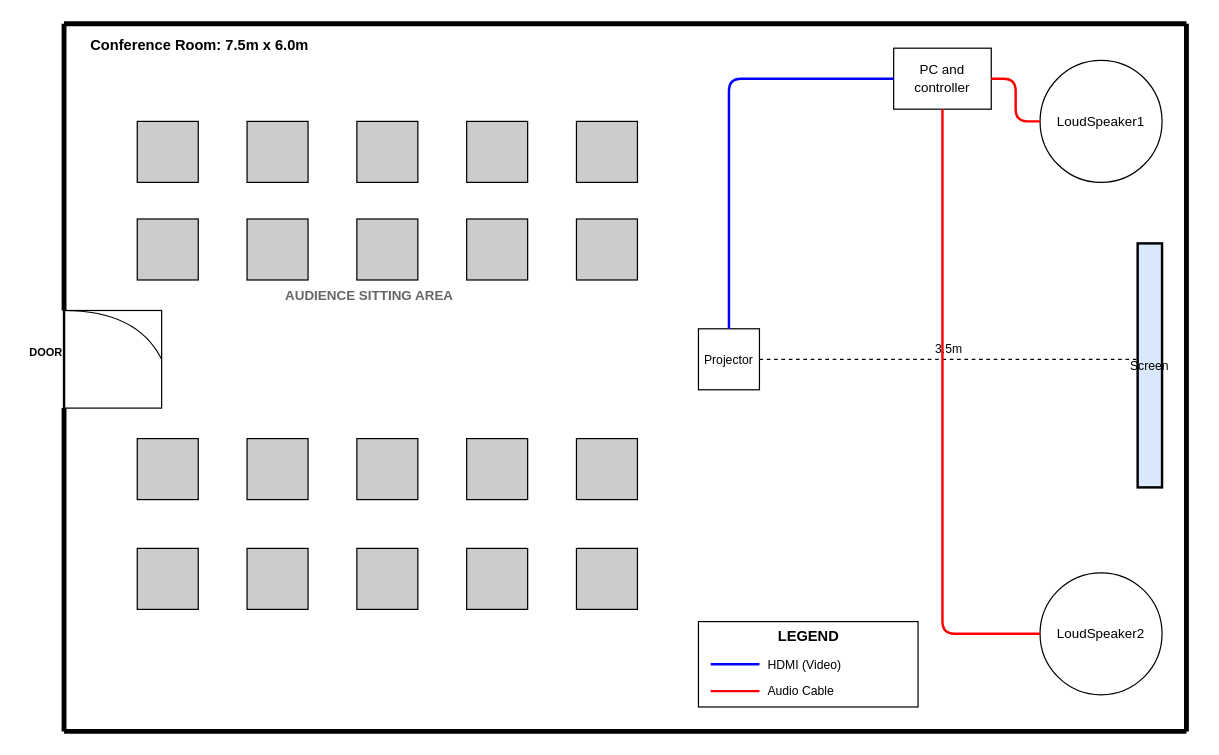
The draw.io diagram lecture_room_diagram.drawio in Artwell-wq/Octpractice, before the edit. Source tidied: cells renumbered, new cells numbered last; positions are measured from the earlier drawing's top-left corner, leaving out a move shared by most shapes. Both pictures are drawn from the tidied source at 122%, with x=0, y=0 at pixel (21, 23).
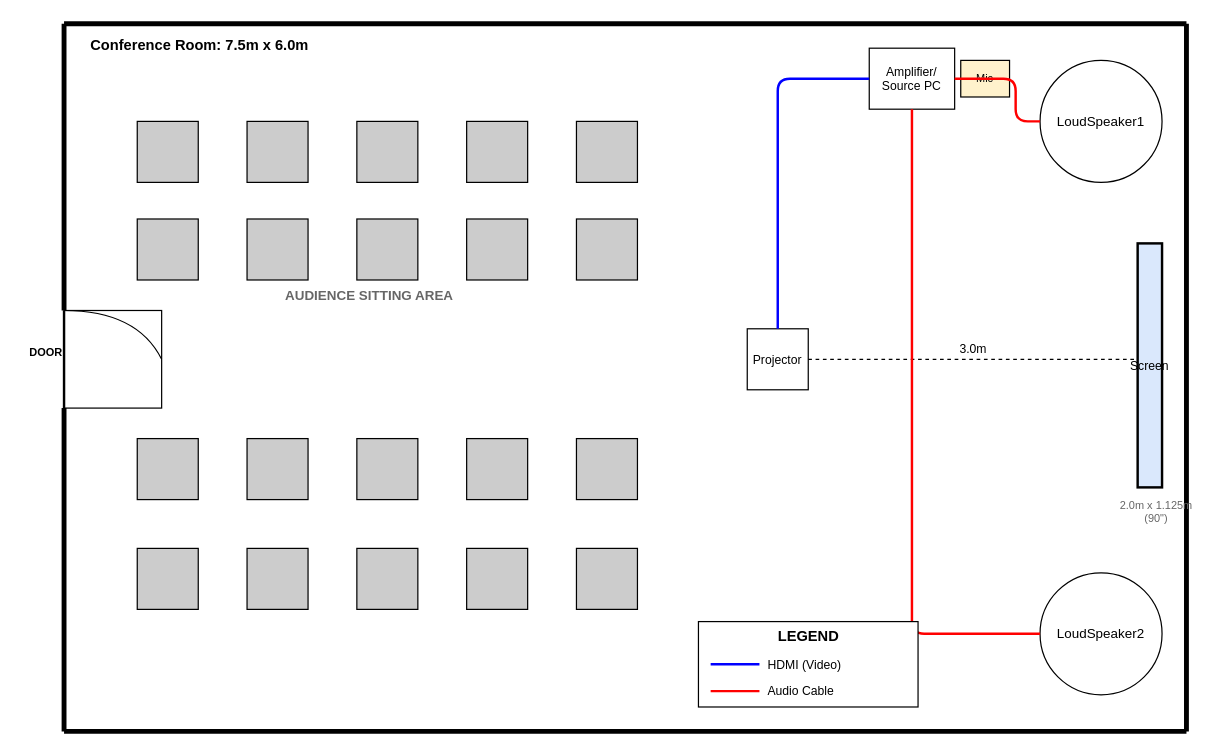
Above is the later version.

Commit message:
Align diagram with exercise requirements

- Changed projector distance from 3.5m to 3.0m (within 2.5-3.0m spec)
- Renamed "PC and controller" to "Amplifier/Source PC"
- Added Microphone (Mic) box near amplifier
- Added screen dimensions label "2.0m x 1.125m (90")"
- All other elements unchanged

The edit, as a diff of the source:
```diff
@@
-    <mxCell id="12" value="PC and&#10;controller" style="rounded=0;whiteSpace=wrap;html=1;fillColor=none;strokeColor=#000000;fontSize=11;" parent="1" vertex="1">
-      <mxGeometry x="715" y="20" width="80" height="50" as="geometry" />
-    </mxCell>
+    <mxCell id="48" value="Amplifier/&#10;Source PC" style="rounded=0;whiteSpace=wrap;html=1;fillColor=none;strokeColor=#000000;fontSize=10;" parent="1" vertex="1">
+      <mxGeometry x="695" y="20" width="70" height="50" as="geometry" />
+    </mxCell>
+    <mxCell id="49" value="Mic" style="rounded=0;whiteSpace=wrap;html=1;fillColor=#fff2cc;strokeColor=#000000;fontSize=9;" parent="1" vertex="1">
+      <mxGeometry x="770" y="30" width="40" height="30" as="geometry" />
+    </mxCell>
@@
+    <mxCell id="50" value="2.0m x 1.125m&#10;(90&quot;)" style="text;html=1;align=center;verticalAlign=middle;fontSize=9;fontColor=#666666;" parent="1" vertex="1">
+      <mxGeometry x="895" y="385" width="70" height="30" as="geometry" />
+    </mxCell>
     <mxCell id="16" value="Projector" style="rounded=0;whiteSpace=wrap;html=1;fillColor=none;strokeColor=#000000;fontSize=10;" parent="1" vertex="1">
-      <mxGeometry x="555" y="250" width="50" height="50" as="geometry" />
+      <mxGeometry x="595" y="250" width="50" height="50" as="geometry" />
     </mxCell>
-    <mxCell id="17" value="3.5m" style="endArrow=none;html=1;dashed=1;strokeColor=#000000;fontSize=10;labelPosition=center;verticalLabelPosition=top;align=center;verticalAlign=bottom;" parent="1" edge="1">
+    <mxCell id="17" value="3.0m" style="endArrow=none;html=1;dashed=1;strokeColor=#000000;fontSize=10;labelPosition=center;verticalLabelPosition=top;align=center;verticalAlign=bottom;" parent="1" edge="1">
       <mxGeometry relative="1" as="geometry">
-        <mxPoint x="605" y="275" as="sourcePoint" />
+        <mxPoint x="645" y="275" as="sourcePoint" />
         <mxPoint x="915" y="275" as="targetPoint" />
       </mxGeometry>
     </mxCell>
@@
     <mxCell id="39" style="endArrow=none;html=1;strokeColor=#0000FF;strokeWidth=2;edgeStyle=orthogonalEdgeStyle;" parent="1" edge="1">
       <mxGeometry relative="1" as="geometry">
-        <mxPoint x="715" y="45" as="sourcePoint" />
-        <mxPoint x="580" y="250" as="targetPoint" />
+        <mxPoint x="695" y="45" as="sourcePoint" />
+        <mxPoint x="620" y="250" as="targetPoint" />
         <Array as="points">
-          <mxPoint x="580" y="45" />
+          <mxPoint x="620" y="45" />
         </Array>
       </mxGeometry>
     </mxCell>
     <mxCell id="40" style="endArrow=none;html=1;strokeColor=#FF0000;strokeWidth=2;edgeStyle=orthogonalEdgeStyle;" parent="1" edge="1">
       <mxGeometry relative="1" as="geometry">
-        <mxPoint x="795" y="45" as="sourcePoint" />
+        <mxPoint x="765" y="45" as="sourcePoint" />
         <mxPoint x="835" y="80" as="targetPoint" />
         <Array as="points">
           <mxPoint x="815" y="45" />
           <mxPoint x="815" y="80" />
         </Array>
       </mxGeometry>
     </mxCell>
     <mxCell id="41" style="endArrow=none;html=1;strokeColor=#FF0000;strokeWidth=2;edgeStyle=orthogonalEdgeStyle;" parent="1" edge="1">
       <mxGeometry relative="1" as="geometry">
-        <mxPoint x="755" y="70" as="sourcePoint" />
+        <mxPoint x="730" y="70" as="sourcePoint" />
         <mxPoint x="835" y="500" as="targetPoint" />
         <Array as="points">
-          <mxPoint x="755" y="500" />
+          <mxPoint x="730" y="500" />
         </Array>
       </mxGeometry>
     </mxCell>
```
